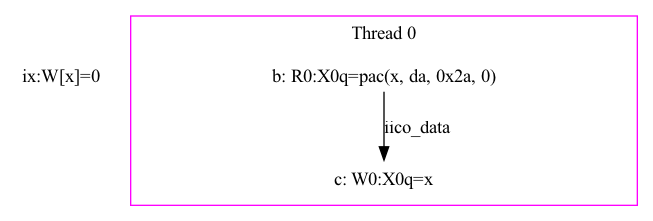
Earlier version of the Graphviz export pac_tests/notes/xpacd.png (herd/herdtools7). Its source is kept beside it as pac_tests/notes/xpacd.dot. Source of this version:
```dot
digraph G {
    eiid0 [label="ix:W[x]=0", shape="none", fixedsize="false", height="0.194444", width="1.166667"];
    subgraph cluster_proc0 { rank=sink; label = "Thread 0"; color=magenta; shape=box;
        eiid1 [label="b: R0:X0q=pac(x, da, 0x2a, 0)", shape="none", fixedsize="false", height="0.194444", width="5.055556"];
        eiid2 [label="c: W0:X0q=x", shape="none", fixedsize="false", height="0.194444", width="1.555556"];
    }
    eiid1 -> eiid2 [label="iico_data", color="black", fontcolor="black"];
}
```
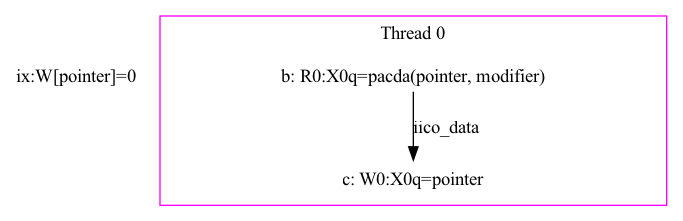
Later version of the same file.

What changed in the source:
```diff
@@ -1,8 +1,8 @@
 digraph G {
-    eiid0 [label="ix:W[x]=0", shape="none", fixedsize="false", height="0.194444", width="1.166667"];
+    eiid0 [label="ix:W[pointer]=0", shape="none", fixedsize="false", height="0.194444", width="1.166667"];
     subgraph cluster_proc0 { rank=sink; label = "Thread 0"; color=magenta; shape=box;
-        eiid1 [label="b: R0:X0q=pac(x, da, 0x2a, 0)", shape="none", fixedsize="false", height="0.194444", width="5.055556"];
-        eiid2 [label="c: W0:X0q=x", shape="none", fixedsize="false", height="0.194444", width="1.555556"];
+        eiid1 [label="b: R0:X0q=pacda(pointer, modifier)", shape="none", fixedsize="false", height="0.194444", width="5.055556"];
+        eiid2 [label="c: W0:X0q=pointer", shape="none", fixedsize="false", height="0.194444", width="1.555556"];
     }
     eiid1 -> eiid2 [label="iico_data", color="black", fontcolor="black"];
 }
```
